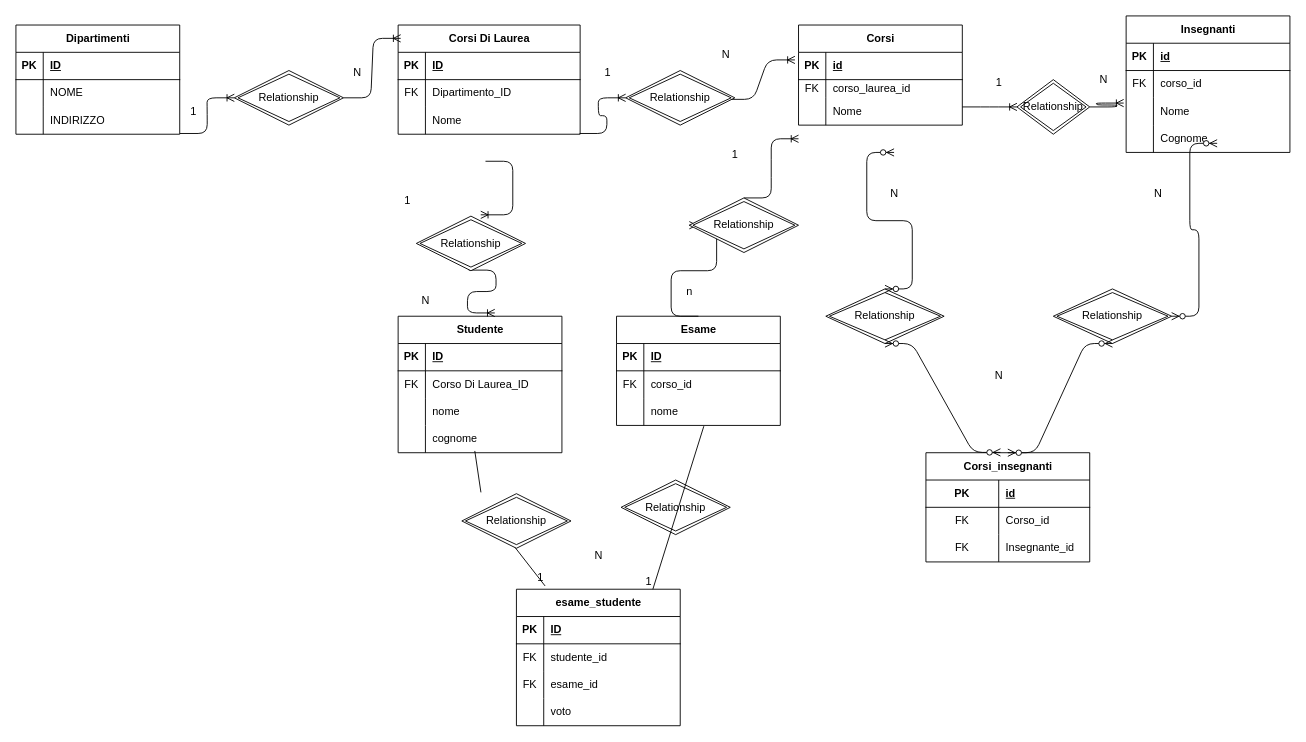
Above: Università.drawio in UmbertoCarbone/db-university (draw.io), before the change. Source tidied: cells renumbered, new cells numbered last; positions are measured from the earlier drawing's top-left corner, leaving out a move shared by most shapes. Both pictures are drawn from the tidied source at 91%, with x=0, y=0 at pixel (15, 15).
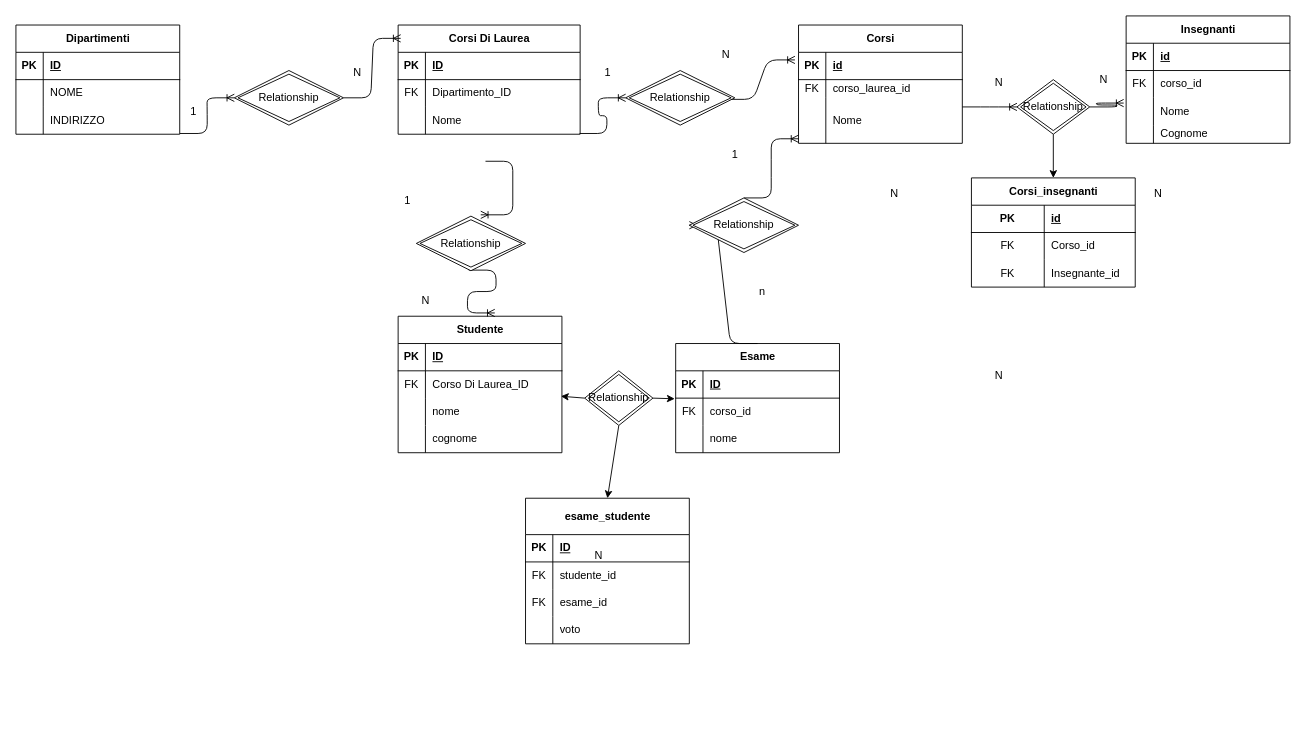
The same page after the edit.

The change refers to these unchanged cells:
```xml
<mxCell id="49" style="shape=tableRow;horizontal=0;startSize=0;swimlaneHead=0;swimlaneBody=0;fillColor=none;points=[[0,0.5],[1,0.5]];portConstraint=eastwest;top=0;left=0;right=0;bottom=0;" parent="45" vertex="1">
  <mxGeometry y="60" width="180" height="30" as="geometry" />
</mxCell>
<mxCell id="52" style="shape=tableRow;horizontal=0;startSize=0;swimlaneHead=0;swimlaneBody=0;fillColor=none;points=[[0,0.5],[1,0.5]];portConstraint=eastwest;top=0;left=0;right=0;bottom=0;" parent="45" vertex="1">
  <mxGeometry y="90" width="180" height="30" as="geometry" />
</mxCell>
<mxCell id="62" style="shape=tableRow;horizontal=0;startSize=0;swimlaneHead=0;swimlaneBody=0;fillColor=none;points=[[0,0.5],[1,0.5]];portConstraint=eastwest;top=0;left=0;right=0;bottom=0;" parent="55" vertex="1">
  <mxGeometry y="90" width="180" height="30" as="geometry" />
</mxCell>
<mxCell id="65" style="shape=tableRow;horizontal=0;startSize=0;swimlaneHead=0;swimlaneBody=0;fillColor=none;points=[[0,0.5],[1,0.5]];portConstraint=eastwest;top=0;left=0;right=0;bottom=0;" parent="55" vertex="1">
  <mxGeometry y="120" width="180" height="30" as="geometry" />
</mxCell>
<mxCell id="98" value="Relationship" style="shape=rhombus;double=1;perimeter=rhombusPerimeter;whiteSpace=wrap;html=1;align=center;" parent="1" vertex="1">
  <mxGeometry x="1100" y="70" width="80" height="60" as="geometry" />
</mxCell>
```

Diff of the diagram source:
```diff
@@
     <mxCell id="22" value="Corsi" style="shape=table;startSize=30;childLayout=tableLayout;rowLines=0;fontStyle=1;align=center;html=1;" parent="1" vertex="1">
-      <mxGeometry x="860" y="10" width="180" height="110" as="geometry" />
+      <mxGeometry x="860" y="10" width="180" height="130" as="geometry" />
     </mxCell>
@@
     <mxCell id="29" style="shape=tableRow;horizontal=0;startSize=0;swimlaneHead=0;swimlaneBody=0;fillColor=none;top=0;left=0;right=0;bottom=0;" parent="22" vertex="1">
-      <mxGeometry y="80" width="180" height="30" as="geometry" />
+      <mxGeometry y="80" width="180" height="50" as="geometry" />
     </mxCell>
     <mxCell id="30" style="shape=partialRectangle;fillColor=none;top=0;left=0;bottom=0;right=0;overflow=hidden;whiteSpace=wrap;html=1;" parent="29" vertex="1">
-      <mxGeometry width="30" height="30" as="geometry" />
+      <mxGeometry width="30" height="50" as="geometry" />
     </mxCell>
     <mxCell id="31" value="Nome" style="shape=partialRectangle;fillColor=none;top=0;left=0;bottom=0;right=0;align=left;spacingLeft=6;overflow=hidden;whiteSpace=wrap;html=1;" parent="29" vertex="1">
-      <mxGeometry x="30" width="150" height="30" as="geometry" />
+      <mxGeometry x="30" width="150" height="50" as="geometry" />
     </mxCell>
     <mxCell id="32" value="Insegnanti" style="shape=table;startSize=30;childLayout=tableLayout;rowLines=0;fontStyle=1;align=center;html=1;" parent="1" vertex="1">
-      <mxGeometry x="1220" width="180" height="150" as="geometry" />
+      <mxGeometry x="1220" width="180" height="140" as="geometry" />
     </mxCell>
@@
     <mxCell id="42" style="shape=tableRow;horizontal=0;startSize=0;swimlaneHead=0;swimlaneBody=0;fillColor=none;top=0;left=0;right=0;bottom=0;" parent="32" vertex="1">
-      <mxGeometry y="120" width="180" height="30" as="geometry" />
+      <mxGeometry y="120" width="180" height="20" as="geometry" />
     </mxCell>
     <mxCell id="43" style="shape=partialRectangle;fillColor=none;top=0;left=0;bottom=0;right=0;overflow=hidden;whiteSpace=wrap;html=1;" parent="42" vertex="1">
-      <mxGeometry width="30" height="30" as="geometry" />
+      <mxGeometry width="30" height="20" as="geometry" />
     </mxCell>
     <mxCell id="44" value="Cognome" style="shape=partialRectangle;fillColor=none;top=0;left=0;bottom=0;right=0;align=left;spacingLeft=6;overflow=hidden;whiteSpace=wrap;html=1;" parent="42" vertex="1">
-      <mxGeometry x="30" width="150" height="30" as="geometry" />
+      <mxGeometry x="30" width="150" height="20" as="geometry" />
     </mxCell>
     <mxCell id="45" value="Esame" style="shape=table;startSize=30;childLayout=tableLayout;rowLines=0;fontStyle=1;align=center;html=1;" parent="1" vertex="1">
-      <mxGeometry x="660" y="330" width="180" height="120" as="geometry" />
+      <mxGeometry x="725" y="360" width="180" height="120" as="geometry" />
     </mxCell>
@@
     <mxCell id="80" value="Corsi_insegnanti" style="shape=table;startSize=30;childLayout=tableLayout;rowLines=0;fontStyle=1;align=center;html=1;" parent="1" vertex="1">
-      <mxGeometry x="1000" y="480" width="180" height="120" as="geometry" />
+      <mxGeometry x="1050" y="178" width="180" height="120" as="geometry" />
     </mxCell>
@@
-    <mxCell id="90" value="Relationship" style="shape=rhombus;double=1;perimeter=rhombusPerimeter;whiteSpace=wrap;html=1;align=center;" parent="1" vertex="1">
-      <mxGeometry x="890" y="300" width="130" height="60" as="geometry" />
-    </mxCell>
-    <mxCell id="91" value="Relationship" style="shape=rhombus;double=1;perimeter=rhombusPerimeter;whiteSpace=wrap;html=1;align=center;" parent="1" vertex="1">
-      <mxGeometry x="1140" y="300" width="130" height="60" as="geometry" />
-    </mxCell>
-    <mxCell id="92" style="edgeStyle=entityRelationEdgeStyle;fontSize=12;html=1;endArrow=ERzeroToMany;endFill=1;startArrow=ERzeroToMany;exitX=0.5;exitY=0;exitDx=0;exitDy=0;" parent="1" edge="1" source="90">
-      <mxGeometry relative="1" as="geometry">
-        <mxPoint x="965" y="150" as="targetPoint" />
-        <Array as="points">
-          <mxPoint x="945" y="150" />
-        </Array>
-      </mxGeometry>
-    </mxCell>
-    <mxCell id="93" style="edgeStyle=entityRelationEdgeStyle;fontSize=12;html=1;endArrow=ERzeroToMany;endFill=1;startArrow=ERzeroToMany;exitX=1;exitY=0.5;exitDx=0;exitDy=0;" parent="1" edge="1" source="91">
-      <mxGeometry relative="1" as="geometry">
-        <mxPoint x="1320" y="140" as="targetPoint" />
-      </mxGeometry>
-    </mxCell>
-    <mxCell id="94" style="edgeStyle=entityRelationEdgeStyle;fontSize=12;html=1;endArrow=ERzeroToMany;endFill=1;startArrow=ERzeroToMany;entryX=0.455;entryY=-0.003;entryDx=0;entryDy=0;entryPerimeter=0;exitX=0.5;exitY=1;exitDx=0;exitDy=0;" parent="1" edge="1" source="90" target="80">
-      <mxGeometry relative="1" as="geometry" />
-    </mxCell>
-    <mxCell id="95" style="edgeStyle=entityRelationEdgeStyle;fontSize=12;html=1;endArrow=ERzeroToMany;endFill=1;startArrow=ERzeroToMany;entryX=0.5;entryY=0;entryDx=0;entryDy=0;exitX=0.5;exitY=1;exitDx=0;exitDy=0;" parent="1" edge="1" source="91" target="80">
-      <mxGeometry relative="1" as="geometry" />
-    </mxCell>
@@
+    <mxCell id="133" style="edgeStyle=none;html=1;exitX=0.5;exitY=1;exitDx=0;exitDy=0;entryX=0.5;entryY=0;entryDx=0;entryDy=0;" parent="1" edge="1" source="98" target="80">
+      <mxGeometry relative="1" as="geometry" />
+    </mxCell>
@@
-    <mxCell id="99" value="1" style="text;html=1;align=center;verticalAlign=middle;strokeColor=none;fillColor=none;" parent="1" vertex="1">
+    <mxCell id="99" value="N" style="text;html=1;align=center;verticalAlign=middle;strokeColor=none;fillColor=none;" parent="1" vertex="1">
       <mxGeometry x="1065" y="58" width="30" height="30" as="geometry" />
     </mxCell>
@@
-    <mxCell id="102" value="esame_studente" style="shape=table;startSize=30;childLayout=tableLayout;rowLines=0;fontStyle=1;align=center;html=1;" parent="1" vertex="1">
-      <mxGeometry x="550" y="630" width="180" height="150" as="geometry" />
+    <mxCell id="102" value="esame_studente" style="shape=table;startSize=40;childLayout=tableLayout;rowLines=0;fontStyle=1;align=center;html=1;" parent="1" vertex="1">
+      <mxGeometry x="560" y="530" width="180" height="160" as="geometry" />
     </mxCell>
     <mxCell id="103" style="shape=tableRow;horizontal=0;startSize=0;swimlaneHead=0;swimlaneBody=0;fillColor=none;top=0;left=0;right=0;bottom=1;" parent="102" vertex="1">
-      <mxGeometry y="30" width="180" height="30" as="geometry" />
+      <mxGeometry y="40" width="180" height="30" as="geometry" />
     </mxCell>
@@
     <mxCell id="106" style="shape=tableRow;horizontal=0;startSize=0;swimlaneHead=0;swimlaneBody=0;fillColor=none;top=0;left=0;right=0;bottom=0;" parent="102" vertex="1">
-      <mxGeometry y="60" width="180" height="30" as="geometry" />
+      <mxGeometry y="70" width="180" height="30" as="geometry" />
     </mxCell>
@@
     <mxCell id="109" style="shape=tableRow;horizontal=0;startSize=0;swimlaneHead=0;swimlaneBody=0;fillColor=none;top=0;left=0;right=0;bottom=0;" parent="102" vertex="1">
-      <mxGeometry y="90" width="180" height="30" as="geometry" />
+      <mxGeometry y="100" width="180" height="30" as="geometry" />
     </mxCell>
@@
     <mxCell id="112" style="shape=tableRow;horizontal=0;startSize=0;swimlaneHead=0;swimlaneBody=0;fillColor=none;top=0;left=0;right=0;bottom=0;" parent="102" vertex="1">
-      <mxGeometry y="120" width="180" height="30" as="geometry" />
+      <mxGeometry y="130" width="180" height="30" as="geometry" />
     </mxCell>
@@
     <mxCell id="124" value="n" style="text;html=1;align=center;verticalAlign=middle;strokeColor=none;fillColor=none;" parent="1" vertex="1">
-      <mxGeometry x="725" y="288" width="30" height="30" as="geometry" />
+      <mxGeometry x="805" y="288" width="30" height="30" as="geometry" />
     </mxCell>
-    <mxCell id="125" value="Relationship" style="shape=rhombus;double=1;perimeter=rhombusPerimeter;whiteSpace=wrap;html=1;align=center;" parent="1" vertex="1">
-      <mxGeometry x="665" y="510" width="120" height="60" as="geometry" />
-    </mxCell>
-    <mxCell id="126" style="endArrow=none;html=1;rounded=0;exitX=0.468;exitY=0.935;exitDx=0;exitDy=0;exitPerimeter=0;entryX=0.175;entryY=-0.024;entryDx=0;entryDy=0;entryPerimeter=0;" parent="1" edge="1" source="129" target="102">
-      <mxGeometry relative="1" as="geometry" />
-    </mxCell>
-    <mxCell id="127" value="1" style="html=1;whiteSpace=wrap;align=right;verticalAlign=bottom;" parent="126" vertex="1">
-      <mxGeometry x="1" relative="1" as="geometry" />
-    </mxCell>
-    <mxCell id="128" style="endArrow=none;html=1;rounded=0;exitX=0.468;exitY=0.935;exitDx=0;exitDy=0;exitPerimeter=0;entryX=0.175;entryY=-0.024;entryDx=0;entryDy=0;entryPerimeter=0;" parent="1" edge="1" source="65" target="129">
-      <mxGeometry relative="1" as="geometry" />
-    </mxCell>
-    <mxCell id="129" value="Relationship" style="shape=rhombus;double=1;perimeter=rhombusPerimeter;whiteSpace=wrap;html=1;align=center;" parent="1" vertex="1">
-      <mxGeometry x="490" y="525" width="120" height="60" as="geometry" />
-    </mxCell>
-    <mxCell id="130" style="endArrow=none;html=1;rounded=0;entryX=0.833;entryY=0;entryDx=0;entryDy=0;entryPerimeter=0;exitX=0.533;exitY=1.027;exitDx=0;exitDy=0;exitPerimeter=0;" parent="1" edge="1" source="52" target="102">
-      <mxGeometry relative="1" as="geometry" />
-    </mxCell>
-    <mxCell id="131" value="1" style="html=1;whiteSpace=wrap;align=right;verticalAlign=bottom;" parent="130" vertex="1">
-      <mxGeometry x="1" relative="1" as="geometry" />
-    </mxCell>
@@
+    <mxCell id="134" style="edgeStyle=none;html=1;exitX=0.5;exitY=1;exitDx=0;exitDy=0;entryX=0.5;entryY=0;entryDx=0;entryDy=0;" parent="1" edge="1" source="135" target="102">
+      <mxGeometry relative="1" as="geometry" />
+    </mxCell>
+    <mxCell id="135" value="Relationship" style="shape=rhombus;double=1;perimeter=rhombusPerimeter;whiteSpace=wrap;html=1;align=center;" parent="1" vertex="1">
+      <mxGeometry x="625" y="390" width="75" height="60" as="geometry" />
+    </mxCell>
+    <mxCell id="136" style="edgeStyle=none;html=1;exitX=1;exitY=0.5;exitDx=0;exitDy=0;entryX=-0.006;entryY=0.024;entryDx=0;entryDy=0;entryPerimeter=0;" parent="1" edge="1" source="135" target="49">
+      <mxGeometry relative="1" as="geometry" />
+    </mxCell>
+    <mxCell id="137" style="edgeStyle=none;html=1;exitX=0;exitY=0.5;exitDx=0;exitDy=0;entryX=0.994;entryY=-0.069;entryDx=0;entryDy=0;entryPerimeter=0;" parent="1" edge="1" source="135" target="62">
+      <mxGeometry relative="1" as="geometry" />
+    </mxCell>
```
